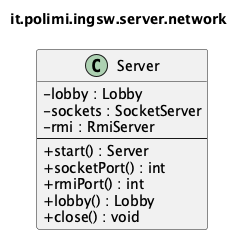
Before: docs/uml/detailed/it_polimi_ingsw_server_network.png, a diagram exported from PlantUML (samuelesegrini/ing-sw-2025-segrini-terribile-varricchio-zanca). Its diagram source:
```plantuml
@startuml it_polimi_ingsw_server_network
!pragma layout smetana
skinparam shadowing false
skinparam classAttributeIconSize 0
title it.polimi.ingsw.server.network

class Server {
  -lobby : Lobby
  -sockets : SocketServer
  -rmi : RmiServer
  --
  +start() : Server
  +socketPort() : int
  +rmiPort() : int
  +lobby() : Lobby
  +close() : void
}

@enduml
```
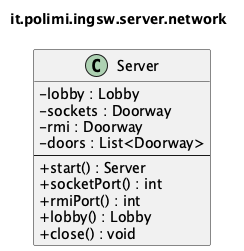
Later version of the same file.

Diff of the diagram source:
```diff
@@ -6,8 +6,9 @@
 
 class Server {
   -lobby : Lobby
-  -sockets : SocketServer
-  -rmi : RmiServer
+  -sockets : Doorway
+  -rmi : Doorway
+  -doors : List<Doorway>
   --
   +start() : Server
   +socketPort() : int
```
